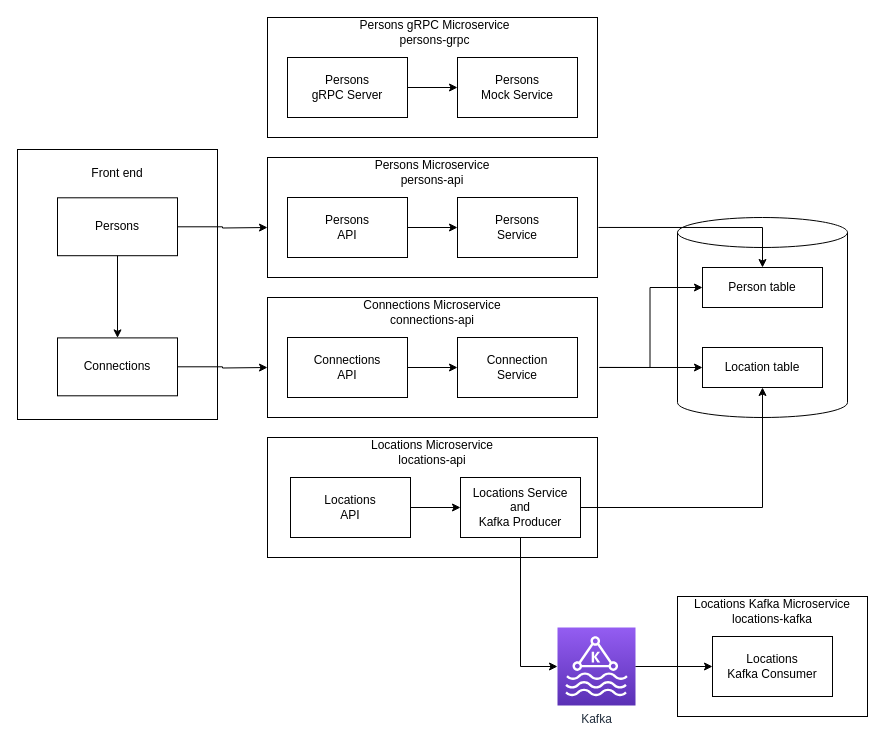
Before: page "Refactored" (2 of 2) of docs/UdaConnect-Design.drawio in aldo-linux/udaconnect, a draw.io diagram. Source tidied: cells renumbered, new cells numbered last; positions are measured from the earlier drawing's top-left corner, leaving out a move shared by most shapes. Both pictures are drawn from the tidied source at 100%, with x=0, y=0 at pixel (17, 17).
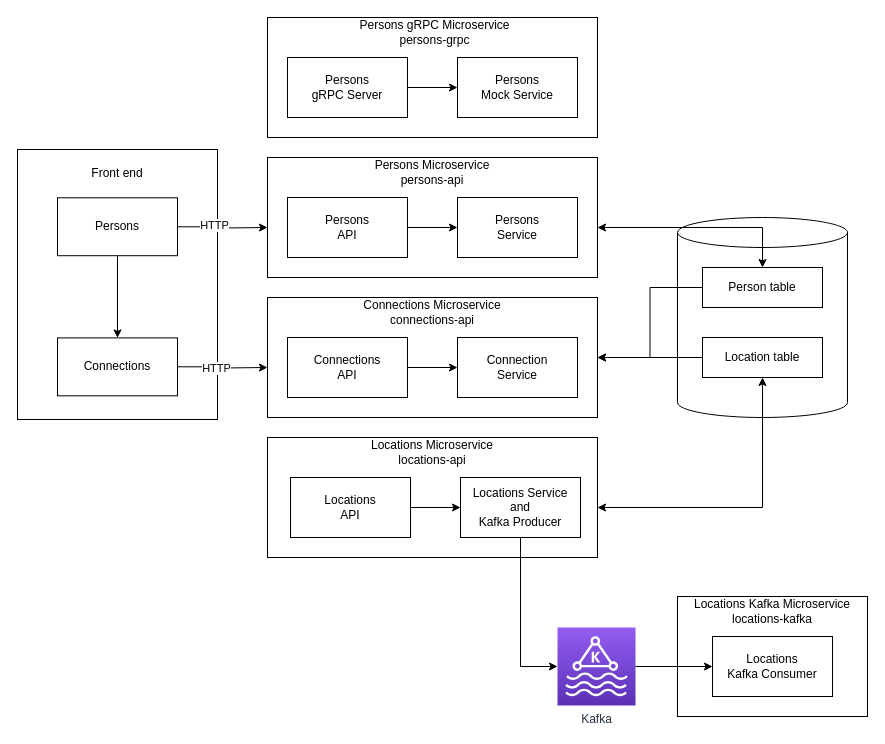
After the change.

Unchanged cells that the change refers to:
```xml
<mxCell id="3" value="Person table" style="rounded=0;whiteSpace=wrap;html=1;" parent="1" vertex="1">
  <mxGeometry x="685" y="250" width="120" height="40" as="geometry" />
</mxCell>
<mxCell id="9" style="rounded=0;whiteSpace=wrap;html=1;" parent="8" vertex="1">
  <mxGeometry width="330" height="120" as="geometry" />
</mxCell>
<mxCell id="20" style="edgeStyle=orthogonalEdgeStyle;rounded=0;jettySize=auto;html=1;" parent="1" edge="1" source="16">
  <mxGeometry relative="1" as="geometry">
    <mxPoint x="250" y="210" as="targetPoint" />
  </mxGeometry>
</mxCell>
<mxCell id="21" style="edgeStyle=orthogonalEdgeStyle;rounded=0;jettySize=auto;html=1;" parent="1" edge="1" source="17">
  <mxGeometry relative="1" as="geometry">
    <mxPoint x="250" y="350" as="targetPoint" />
  </mxGeometry>
</mxCell>
<mxCell id="26" value="Locations Service and&lt;br&gt;Kafka Producer" style="rounded=0;whiteSpace=wrap;html=1;" parent="22" vertex="1">
  <mxGeometry x="193" y="40" width="120" height="60" as="geometry" />
</mxCell>
<mxCell id="29" style="rounded=0;whiteSpace=wrap;html=1;" parent="28" vertex="1">
  <mxGeometry width="330" height="120" as="geometry" />
</mxCell>
```

Change to the diagram source:
```diff
@@
+    <mxCell id="48" style="edgeStyle=orthogonalEdgeStyle;rounded=0;jettySize=auto;html=1;" parent="1" edge="1" source="3" target="29">
+      <mxGeometry relative="1" as="geometry" />
+    </mxCell>
@@
+    <mxCell id="49" style="edgeStyle=orthogonalEdgeStyle;rounded=0;jettySize=auto;html=1;entryX=1;entryY=0.5;entryDx=0;entryDy=0;" parent="1" edge="1" source="4" target="29">
+      <mxGeometry relative="1" as="geometry" />
+    </mxCell>
     <mxCell id="4" value="Location table" style="rounded=0;whiteSpace=wrap;html=1;" parent="1" vertex="1">
-      <mxGeometry x="685" y="330" width="120" height="40" as="geometry" />
+      <mxGeometry x="685" y="320" width="120" height="40" as="geometry" />
     </mxCell>
-    <mxCell id="5" style="edgeStyle=orthogonalEdgeStyle;rounded=0;jettySize=auto;html=1;entryX=0;entryY=0.5;entryDx=0;entryDy=0;exitX=1.006;exitY=0.583;exitDx=0;exitDy=0;exitPerimeter=0;" parent="1" edge="1" source="29" target="3">
-      <mxGeometry relative="1" as="geometry" />
-    </mxCell>
-    <mxCell id="6" style="edgeStyle=orthogonalEdgeStyle;rounded=0;jettySize=auto;html=1;entryX=0;entryY=0.5;entryDx=0;entryDy=0;exitX=1.006;exitY=0.583;exitDx=0;exitDy=0;exitPerimeter=0;" parent="1" edge="1" source="29" target="4">
-      <mxGeometry relative="1" as="geometry" />
-    </mxCell>
-    <mxCell id="7" style="edgeStyle=orthogonalEdgeStyle;rounded=0;jettySize=auto;html=1;entryX=0.5;entryY=0;entryDx=0;entryDy=0;exitX=1.003;exitY=0.583;exitDx=0;exitDy=0;exitPerimeter=0;" parent="1" edge="1" source="9" target="3">
-      <mxGeometry relative="1" as="geometry" />
-    </mxCell>
@@
+    <mxCell id="50" value="HTTP" style="edgeLabel;html=1;align=center;verticalAlign=middle;" parent="20" vertex="1">
+      <mxGeometry x="-0.21" y="2" relative="1" as="geometry" />
+    </mxCell>
@@
+    <mxCell id="51" value="HTTP" style="edgeLabel;html=1;align=center;verticalAlign=middle;" parent="21" vertex="1">
+      <mxGeometry x="-0.16" y="-1" relative="1" as="geometry" />
+    </mxCell>
@@
-    <mxCell id="46" style="edgeStyle=orthogonalEdgeStyle;rounded=0;jettySize=auto;html=1;" parent="1" edge="1" source="26" target="4">
-      <mxGeometry relative="1" as="geometry" />
-    </mxCell>
@@
+    <mxCell id="52" style="endArrow=classic;startArrow=classic;html=1;rounded=0;entryX=0.5;entryY=0;entryDx=0;entryDy=0;" parent="1" edge="1" target="3">
+      <mxGeometry relative="1" as="geometry">
+        <mxPoint x="580" y="210" as="sourcePoint" />
+        <Array as="points">
+          <mxPoint x="745" y="210" />
+        </Array>
+      </mxGeometry>
+    </mxCell>
+    <mxCell id="53" style="endArrow=classic;startArrow=classic;html=1;rounded=0;entryX=0.5;entryY=1;entryDx=0;entryDy=0;" parent="1" edge="1" target="4">
+      <mxGeometry relative="1" as="geometry">
+        <mxPoint x="580" y="490" as="sourcePoint" />
+        <Array as="points">
+          <mxPoint x="745" y="490" />
+        </Array>
+      </mxGeometry>
+    </mxCell>
```
